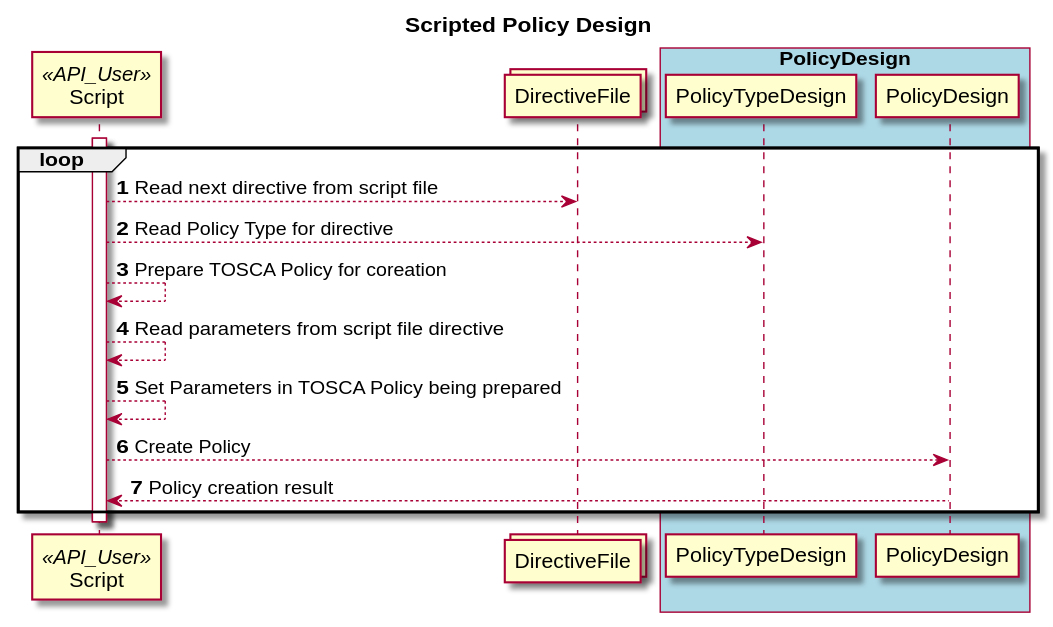
This is docs/architecture/images/ScriptedPolicyDesign.svg from onap/policy-parent, a PlantUML export, as it was before one commit. Source of this version:
```plantuml
@startuml
title Scripted Policy Design

participant Script <<API_User >>
collections DirectiveFile

box "PolicyDesign" #LightBlue
  participant PolicyTypeDesign
  participant PolicyDesign
end box

autonumber

activate Script

loop
  Script --> DirectiveFile : Read next directive from script file
  Script --> PolicyTypeDesign : Read Policy Type for directive
  Script --> Script : Prepare TOSCA Policy for coreation
  Script --> Script : Read parameters from script file directive
  Script --> Script : Set Parameters in TOSCA Policy being prepared
  Script --> PolicyDesign : Create Policy
  PolicyDesign --> Script : Policy creation result
end

deactivate Script
@enduml
```
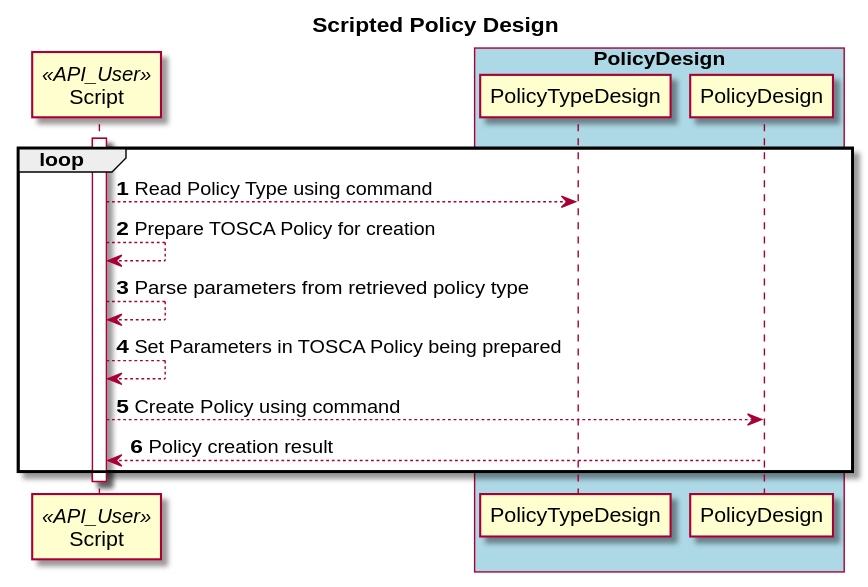
After the commit.

Commit message:
Architecture Sections 2.1 and 2.2

Diff of the diagram source:
```diff
@@ -1,8 +1,8 @@
 @startuml
+
 title Scripted Policy Design
 
 participant Script <<API_User >>
-collections DirectiveFile
 
 box "PolicyDesign" #LightBlue
   participant PolicyTypeDesign
@@ -14,14 +14,14 @@
 activate Script
 
 loop
-  Script --> DirectiveFile : Read next directive from script file
-  Script --> PolicyTypeDesign : Read Policy Type for directive
-  Script --> Script : Prepare TOSCA Policy for coreation
-  Script --> Script : Read parameters from script file directive
+  Script --> PolicyTypeDesign : Read Policy Type using command
+  Script --> Script : Prepare TOSCA Policy for creation
+  Script --> Script : Parse parameters from retrieved policy type
   Script --> Script : Set Parameters in TOSCA Policy being prepared
-  Script --> PolicyDesign : Create Policy
+  Script --> PolicyDesign : Create Policy using command
   PolicyDesign --> Script : Policy creation result
 end
 
 deactivate Script
+
 @enduml
```
